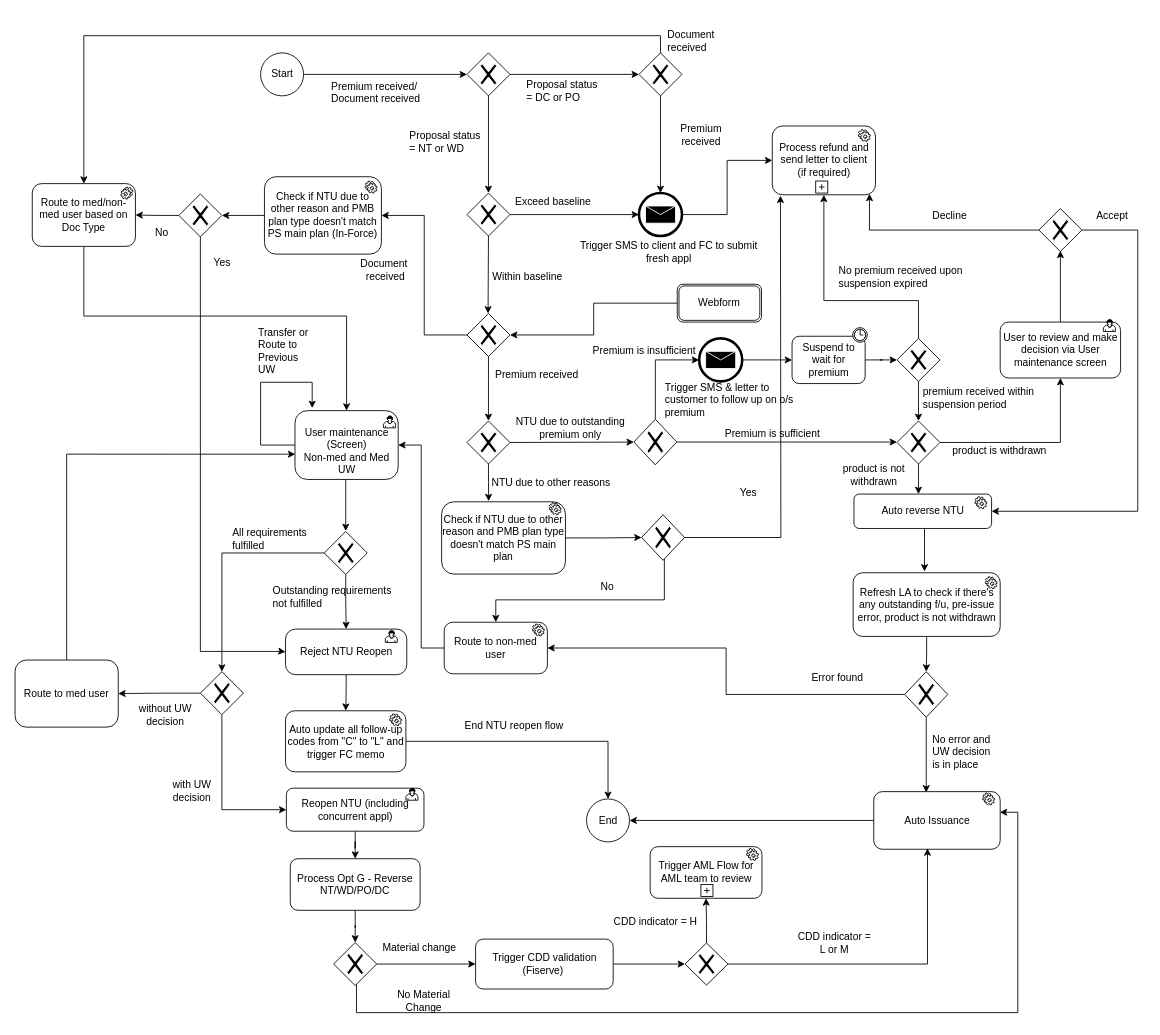
The draw.io diagram page "NTU Reopen" (9 of 11) of HS.drawio in Jefferzonlee/WorkFlow-BPR, before the edit. Source tidied: cells renumbered, new cells numbered last; positions are measured from the earlier drawing's top-left corner, leaving out a move shared by most shapes. Both pictures are drawn from the tidied source at 86%, with x=0, y=0 at pixel (15, 32).
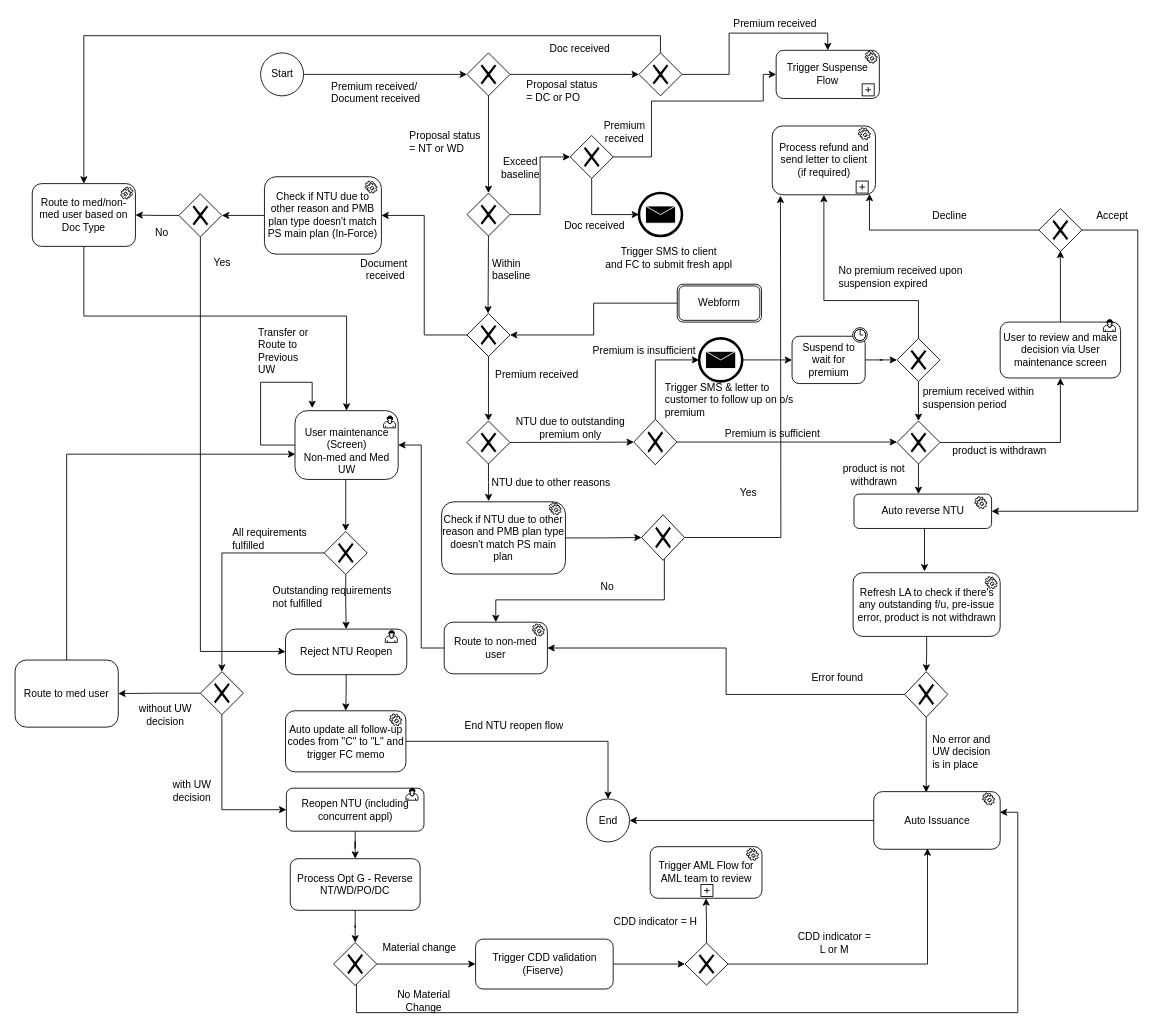
The same page after the edit.

Unchanged cells that the change refers to:
```xml
<mxCell id="7" style="shape=mxgraph.bpmn.shape;html=1;verticalLabelPosition=bottom;labelBackgroundColor=#ffffff;verticalAlign=top;align=center;perimeter=rhombusPerimeter;background=gateway;outlineConnect=0;outline=none;symbol=exclusiveGw;" parent="1" vertex="1">
  <mxGeometry x="525.5" y="187" width="50" height="50" as="geometry" />
</mxCell>
<mxCell id="8" value="Process refund and send letter to client&lt;br&gt;(if required)" style="rounded=1;whiteSpace=wrap;html=1;" parent="1" vertex="1">
  <mxGeometry x="880.5" y="109" width="120" height="80" as="geometry" />
</mxCell>
<mxCell id="75" style="shape=mxgraph.bpmn.shape;html=1;verticalLabelPosition=bottom;labelBackgroundColor=#ffffff;verticalAlign=top;align=center;perimeter=ellipsePerimeter;outlineConnect=0;outline=end;symbol=message;" parent="1" vertex="1">
  <mxGeometry x="725.5" y="187" width="50" height="50" as="geometry" />
</mxCell>
<mxCell id="90" style="shape=mxgraph.bpmn.shape;html=1;verticalLabelPosition=bottom;labelBackgroundColor=#ffffff;verticalAlign=top;align=center;perimeter=rhombusPerimeter;background=gateway;outlineConnect=0;outline=none;symbol=exclusiveGw;" parent="1" vertex="1">
  <mxGeometry x="525.5" y="24" width="50" height="50" as="geometry" />
</mxCell>
<mxCell id="94" style="shape=mxgraph.bpmn.shape;html=1;verticalLabelPosition=bottom;labelBackgroundColor=#ffffff;verticalAlign=top;align=center;perimeter=rhombusPerimeter;background=gateway;outlineConnect=0;outline=none;symbol=exclusiveGw;" parent="1" vertex="1">
  <mxGeometry x="725.5" y="24" width="50" height="50" as="geometry" />
</mxCell>
```

The edit, as a diff of the source:
```diff
@@
-    <mxCell id="6" style="edgeStyle=orthogonalEdgeStyle;rounded=0;jettySize=auto;html=1;" parent="1" edge="1" source="7" target="75">
-      <mxGeometry relative="1" as="geometry" />
-    </mxCell>
+    <mxCell id="148" style="edgeStyle=orthogonalEdgeStyle;rounded=0;jettySize=auto;html=1;entryX=0;entryY=0.5;entryDx=0;entryDy=0;" parent="1" edge="1" source="7" target="155">
+      <mxGeometry relative="1" as="geometry" />
+    </mxCell>
@@
     <mxCell id="9" value="Exceed baseline" style="text;html=1;strokeColor=none;fillColor=none;align=center;verticalAlign=middle;whiteSpace=wrap;rounded=0;" parent="1" vertex="1">
-      <mxGeometry x="525.5" y="187" width="200" height="20" as="geometry" />
+      <mxGeometry x="562" y="148" width="52" height="20" as="geometry" />
     </mxCell>
@@
-    <mxCell id="11" value="Within baseline" style="text;html=1;strokeColor=none;fillColor=none;align=center;verticalAlign=middle;whiteSpace=wrap;rounded=0;" parent="1" vertex="1">
-      <mxGeometry x="515.5" y="275" width="160" height="20" as="geometry" />
+    <mxCell id="11" value="Within baseline" style="text;html=1;strokeColor=none;fillColor=none;align=left;verticalAlign=middle;whiteSpace=wrap;rounded=0;" parent="1" vertex="1">
+      <mxGeometry x="553" y="266" width="75" height="20" as="geometry" />
     </mxCell>
@@
     <mxCell id="66" style="shape=mxgraph.bpmn.service_task;html=1;" parent="1" vertex="1">
-      <mxGeometry x="980.5" y="113" width="14" height="14" as="geometry" />
+      <mxGeometry x="980.5" y="111" width="14" height="14" as="geometry" />
     </mxCell>
@@
-    <mxCell id="74" style="edgeStyle=orthogonalEdgeStyle;rounded=0;jettySize=auto;html=1;" parent="1" edge="1" source="75" target="8">
-      <mxGeometry relative="1" as="geometry" />
-    </mxCell>
@@
-    <mxCell id="76" value="Trigger SMS to client and FC to submit fresh appl" style="text;html=1;strokeColor=none;fillColor=none;align=center;verticalAlign=middle;whiteSpace=wrap;rounded=0;" parent="1" vertex="1">
-      <mxGeometry x="656" y="246" width="209" height="20" as="geometry" />
+    <mxCell id="76" value="Trigger SMS to client &lt;br&gt;and FC to submit fresh appl" style="text;html=1;strokeColor=none;fillColor=none;align=center;verticalAlign=middle;whiteSpace=wrap;rounded=0;" parent="1" vertex="1">
+      <mxGeometry x="656" y="246" width="209" height="34" as="geometry" />
     </mxCell>
@@
     <mxCell id="87" style="shape=plus;html=1;fillColor=#FFFFFF;" parent="1" vertex="1">
-      <mxGeometry x="931" y="173" width="14" height="14" as="geometry" />
+      <mxGeometry x="978" y="173" width="14" height="14" as="geometry" />
     </mxCell>
-    <mxCell id="88" style="edgeStyle=orthogonalEdgeStyle;rounded=0;jettySize=auto;html=1;entryX=0.125;entryY=0;entryDx=0;entryDy=0;entryPerimeter=0;" parent="1" edge="1" source="90" target="9">
-      <mxGeometry relative="1" as="geometry" />
-    </mxCell>
@@
+    <mxCell id="149" style="edgeStyle=orthogonalEdgeStyle;rounded=0;jettySize=auto;html=1;entryX=0.5;entryY=0;entryDx=0;entryDy=0;" parent="1" edge="1" source="90" target="7">
+      <mxGeometry relative="1" as="geometry" />
+    </mxCell>
@@
-    <mxCell id="93" style="edgeStyle=orthogonalEdgeStyle;rounded=0;jettySize=auto;html=1;entryX=0.5;entryY=0;entryDx=0;entryDy=0;" parent="1" edge="1" source="94" target="75">
-      <mxGeometry relative="1" as="geometry" />
-    </mxCell>
+    <mxCell id="150" style="edgeStyle=orthogonalEdgeStyle;rounded=0;jettySize=auto;html=1;entryX=0.5;entryY=0;entryDx=0;entryDy=0;" parent="1" edge="1" source="94" target="151">
+      <mxGeometry relative="1" as="geometry" />
+    </mxCell>
@@
     <mxCell id="96" value="Premium received" style="text;html=1;strokeColor=none;fillColor=none;align=center;verticalAlign=middle;whiteSpace=wrap;rounded=0;" parent="1" vertex="1">
-      <mxGeometry x="756.5" y="110" width="82" height="20" as="geometry" />
+      <mxGeometry x="829" y="-20" width="110" height="20" as="geometry" />
     </mxCell>
-    <mxCell id="97" value="Document&amp;nbsp;&lt;br&gt;received" style="text;html=1;strokeColor=none;fillColor=none;align=left;verticalAlign=middle;whiteSpace=wrap;rounded=0;" parent="1" vertex="1">
-      <mxGeometry x="756.5" width="100" height="20" as="geometry" />
+    <mxCell id="97" value="Doc received" style="text;html=1;strokeColor=none;fillColor=none;align=left;verticalAlign=middle;whiteSpace=wrap;rounded=0;" parent="1" vertex="1">
+      <mxGeometry x="620" y="9" width="80" height="20" as="geometry" />
     </mxCell>
@@
+    <mxCell id="151" value="Trigger Suspense Flow" style="rounded=1;whiteSpace=wrap;html=1;" parent="1" vertex="1">
+      <mxGeometry x="885" y="21" width="120" height="56" as="geometry" />
+    </mxCell>
+    <mxCell id="152" style="shape=plus;html=1;fillColor=#FFFFFF;" parent="1" vertex="1">
+      <mxGeometry x="985" y="60" width="14" height="14" as="geometry" />
+    </mxCell>
+    <mxCell id="153" style="edgeStyle=orthogonalEdgeStyle;rounded=0;jettySize=auto;html=1;entryX=0;entryY=0.5;entryDx=0;entryDy=0;" parent="1" edge="1" source="155" target="75">
+      <mxGeometry relative="1" as="geometry">
+        <Array as="points">
+          <mxPoint x="671" y="212" />
+        </Array>
+      </mxGeometry>
+    </mxCell>
+    <mxCell id="154" style="edgeStyle=orthogonalEdgeStyle;rounded=0;jettySize=auto;html=1;entryX=0;entryY=0.5;entryDx=0;entryDy=0;" parent="1" edge="1" source="155" target="151">
+      <mxGeometry relative="1" as="geometry">
+        <Array as="points">
+          <mxPoint x="740" y="145" />
+          <mxPoint x="740" y="80" />
+          <mxPoint x="870" y="80" />
+          <mxPoint x="870" y="49" />
+        </Array>
+      </mxGeometry>
+    </mxCell>
+    <mxCell id="155" style="shape=mxgraph.bpmn.shape;html=1;verticalLabelPosition=bottom;labelBackgroundColor=#ffffff;verticalAlign=top;align=center;perimeter=rhombusPerimeter;background=gateway;outlineConnect=0;outline=none;symbol=exclusiveGw;" parent="1" vertex="1">
+      <mxGeometry x="645.5" y="120" width="50" height="50" as="geometry" />
+    </mxCell>
+    <mxCell id="156" style="shape=mxgraph.bpmn.service_task;html=1;" parent="1" vertex="1">
+      <mxGeometry x="988.5" y="22" width="14" height="14" as="geometry" />
+    </mxCell>
+    <mxCell id="157" value="Doc received" style="text;html=1;strokeColor=none;fillColor=none;align=left;verticalAlign=middle;whiteSpace=wrap;rounded=0;" parent="1" vertex="1">
+      <mxGeometry x="637" y="214.5" width="80" height="20" as="geometry" />
+    </mxCell>
+    <mxCell id="158" value="Premium received" style="text;html=1;strokeColor=none;fillColor=none;align=center;verticalAlign=middle;whiteSpace=wrap;rounded=0;" parent="1" vertex="1">
+      <mxGeometry x="678.5" y="106" width="60" height="20" as="geometry" />
+    </mxCell>
```
